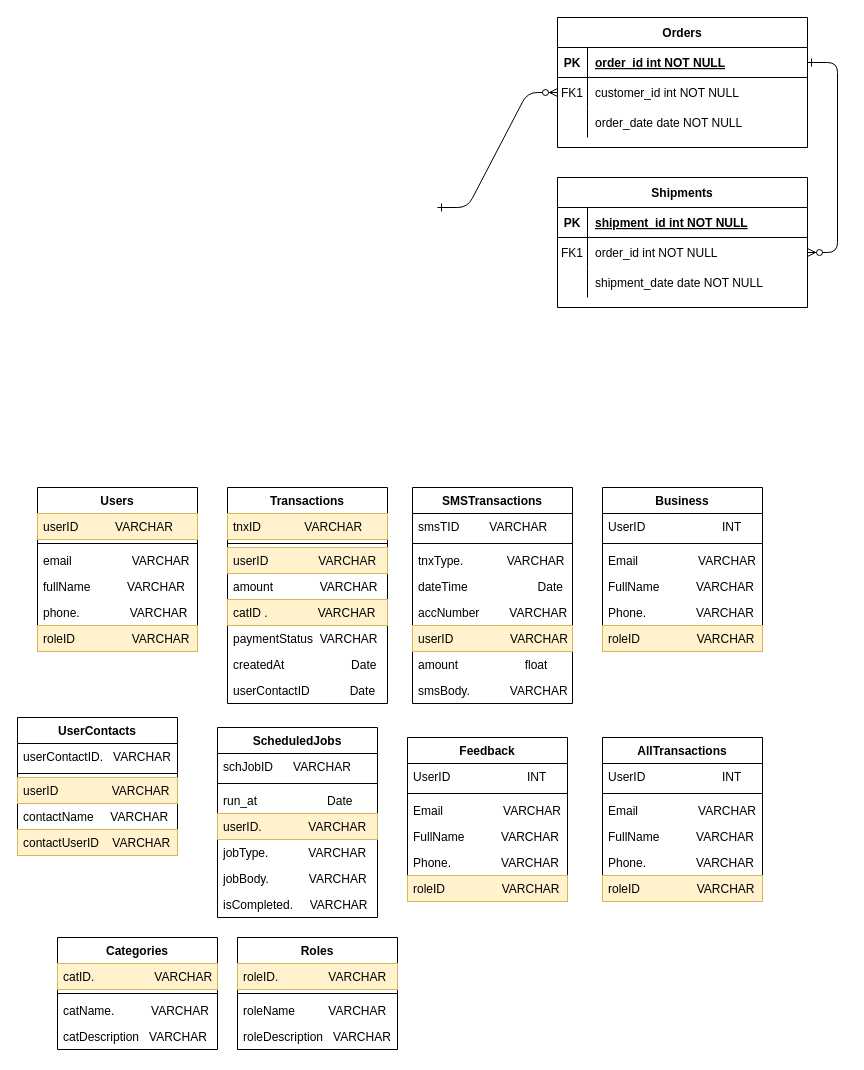
This is ER-DDD-TASK-2.drawio from Abood2284/College_UML_diagram, a draw.io file, before an edit. Source tidied: cells renumbered, new cells numbered last; positions are measured from the earlier drawing's top-left corner, leaving out a move shared by most shapes. Both pictures are drawn from the tidied source at 100%, with x=0, y=0 at pixel (17, 17).
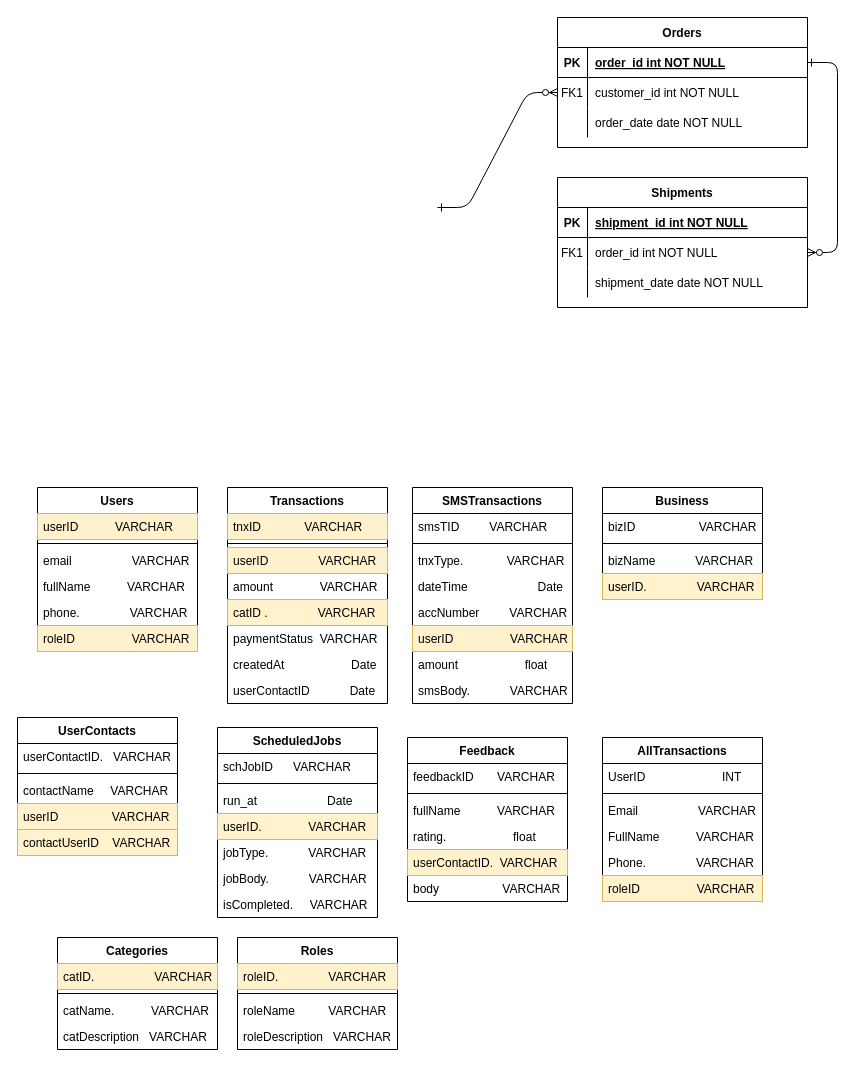
The same page after the edit.

The change refers to these unchanged cells:
```xml
<mxCell id="41" value="Feedback" style="swimlane;fontStyle=1;align=center;verticalAlign=top;horizontal=1;startSize=26;whiteSpace=wrap;html=1;" parent="1" vertex="1">
  <mxGeometry x="390" y="720" width="160" height="164" as="geometry" />
</mxCell>
<mxCell id="48" value="UserContacts" style="swimlane;fontStyle=1;align=center;verticalAlign=top;horizontal=1;startSize=26;whiteSpace=wrap;html=1;" parent="1" vertex="1">
  <mxGeometry y="700" width="160" height="138" as="geometry" />
</mxCell>
```

What changed in the source:
```diff
@@
-    <mxCell id="42" value="UserID &amp;nbsp; &amp;nbsp; &amp;nbsp; &amp;nbsp; &amp;nbsp; &amp;nbsp; &amp;nbsp; &amp;nbsp; &amp;nbsp; &amp;nbsp; &amp;nbsp; INT" style="text;strokeColor=none;fillColor=none;align=left;verticalAlign=top;spacingLeft=4;spacingRight=4;overflow=hidden;whiteSpace=wrap;html=1;" parent="41" vertex="1">
+    <mxCell id="42" value="feedbackID &amp;nbsp; &amp;nbsp; &amp;nbsp; VARCHAR" style="text;strokeColor=none;fillColor=none;align=left;verticalAlign=top;spacingLeft=4;spacingRight=4;overflow=hidden;whiteSpace=wrap;html=1;" parent="41" vertex="1">
       <mxGeometry y="26" width="160" height="26" as="geometry" />
     </mxCell>
@@
-    <mxCell id="44" value="Email &amp;nbsp; &amp;nbsp; &amp;nbsp; &amp;nbsp; &amp;nbsp; &amp;nbsp; &amp;nbsp; &amp;nbsp; &amp;nbsp;VARCHAR" style="text;align=left;verticalAlign=top;spacingLeft=4;spacingRight=4;overflow=hidden;whiteSpace=wrap;html=1;" parent="41" vertex="1">
-      <mxGeometry y="60" width="160" height="26" as="geometry" />
-    </mxCell>
-    <mxCell id="45" value="FullName &amp;nbsp; &amp;nbsp; &amp;nbsp; &amp;nbsp; &amp;nbsp; VARCHAR" style="text;align=left;verticalAlign=top;spacingLeft=4;spacingRight=4;overflow=hidden;whiteSpace=wrap;html=1;" parent="41" vertex="1">
-      <mxGeometry y="86" width="160" height="26" as="geometry" />
+    <mxCell id="45" value="fullName &amp;nbsp; &amp;nbsp; &amp;nbsp; &amp;nbsp; &amp;nbsp; VARCHAR" style="text;align=left;verticalAlign=top;spacingLeft=4;spacingRight=4;overflow=hidden;whiteSpace=wrap;html=1;" parent="41" vertex="1">
+      <mxGeometry y="60" width="160" height="26" as="geometry" />
     </mxCell>
-    <mxCell id="46" value="Phone. &amp;nbsp; &amp;nbsp; &amp;nbsp; &amp;nbsp; &amp;nbsp; &amp;nbsp; &amp;nbsp; VARCHAR" style="text;align=left;verticalAlign=top;spacingLeft=4;spacingRight=4;overflow=hidden;whiteSpace=wrap;html=1;" parent="41" vertex="1">
-      <mxGeometry y="112" width="160" height="26" as="geometry" />
+    <mxCell id="46" value="rating. &amp;nbsp; &amp;nbsp; &amp;nbsp; &amp;nbsp; &amp;nbsp; &amp;nbsp; &amp;nbsp; &amp;nbsp; &amp;nbsp; &amp;nbsp;float" style="text;align=left;verticalAlign=top;spacingLeft=4;spacingRight=4;overflow=hidden;whiteSpace=wrap;html=1;" parent="41" vertex="1">
+      <mxGeometry y="86" width="160" height="26" as="geometry" />
     </mxCell>
-    <mxCell id="47" value="roleID &amp;nbsp; &amp;nbsp; &amp;nbsp; &amp;nbsp; &amp;nbsp; &amp;nbsp; &amp;nbsp; &amp;nbsp; VARCHAR" style="text;align=left;verticalAlign=top;spacingLeft=4;spacingRight=4;overflow=hidden;whiteSpace=wrap;html=1;fillColor=#fff2cc;strokeColor=#d6b656;" parent="41" vertex="1">
-      <mxGeometry y="138" width="160" height="26" as="geometry" />
+    <mxCell id="47" value="&lt;span style=&quot;font-size: 12.000001px;&quot;&gt;userContactID. &amp;nbsp;&lt;/span&gt;VARCHAR" style="text;align=left;verticalAlign=top;spacingLeft=4;spacingRight=4;overflow=hidden;whiteSpace=wrap;html=1;fillColor=#fff2cc;strokeColor=#d6b656;" parent="41" vertex="1">
+      <mxGeometry y="112" width="160" height="26" as="geometry" />
     </mxCell>
+    <mxCell id="94" value="body &amp;nbsp; &amp;nbsp; &amp;nbsp; &amp;nbsp; &amp;nbsp; &amp;nbsp; &amp;nbsp; &amp;nbsp; &amp;nbsp; VARCHAR" style="text;align=left;verticalAlign=top;spacingLeft=4;spacingRight=4;overflow=hidden;whiteSpace=wrap;html=1;" parent="41" vertex="1">
+      <mxGeometry y="138" width="160" height="26" as="geometry" />
+    </mxCell>
@@
+    <mxCell id="52" value="contactName &amp;nbsp; &amp;nbsp; VARCHAR" style="text;align=left;verticalAlign=top;spacingLeft=4;spacingRight=4;overflow=hidden;whiteSpace=wrap;html=1;" parent="48" vertex="1">
+      <mxGeometry y="60" width="160" height="26" as="geometry" />
+    </mxCell>
     <mxCell id="51" value="userID &amp;nbsp; &amp;nbsp; &amp;nbsp; &amp;nbsp; &amp;nbsp; &amp;nbsp; &amp;nbsp; &amp;nbsp;VARCHAR" style="text;align=left;verticalAlign=top;spacingLeft=4;spacingRight=4;overflow=hidden;whiteSpace=wrap;html=1;fillColor=#fff2cc;strokeColor=#d6b656;" parent="48" vertex="1">
-      <mxGeometry y="60" width="160" height="26" as="geometry" />
+      <mxGeometry y="86" width="160" height="26" as="geometry" />
     </mxCell>
-    <mxCell id="52" value="contactName &amp;nbsp; &amp;nbsp; VARCHAR" style="text;align=left;verticalAlign=top;spacingLeft=4;spacingRight=4;overflow=hidden;whiteSpace=wrap;html=1;" parent="48" vertex="1">
-      <mxGeometry y="86" width="160" height="26" as="geometry" />
-    </mxCell>
@@
     <mxCell id="70" value="Business" style="swimlane;fontStyle=1;align=center;verticalAlign=top;horizontal=1;startSize=26;whiteSpace=wrap;html=1;" parent="1" vertex="1">
-      <mxGeometry x="585" y="470" width="160" height="164" as="geometry" />
+      <mxGeometry x="585" y="470" width="160" height="112" as="geometry" />
     </mxCell>
-    <mxCell id="71" value="UserID &amp;nbsp; &amp;nbsp; &amp;nbsp; &amp;nbsp; &amp;nbsp; &amp;nbsp; &amp;nbsp; &amp;nbsp; &amp;nbsp; &amp;nbsp; &amp;nbsp; INT" style="text;strokeColor=none;fillColor=none;align=left;verticalAlign=top;spacingLeft=4;spacingRight=4;overflow=hidden;whiteSpace=wrap;html=1;" parent="70" vertex="1">
+    <mxCell id="71" value="bizID &amp;nbsp; &amp;nbsp; &amp;nbsp; &amp;nbsp; &amp;nbsp; &amp;nbsp; &amp;nbsp; &amp;nbsp; &amp;nbsp; VARCHAR" style="text;strokeColor=none;fillColor=none;align=left;verticalAlign=top;spacingLeft=4;spacingRight=4;overflow=hidden;whiteSpace=wrap;html=1;" parent="70" vertex="1">
       <mxGeometry y="26" width="160" height="26" as="geometry" />
     </mxCell>
@@
-    <mxCell id="73" value="Email &amp;nbsp; &amp;nbsp; &amp;nbsp; &amp;nbsp; &amp;nbsp; &amp;nbsp; &amp;nbsp; &amp;nbsp; &amp;nbsp;VARCHAR" style="text;align=left;verticalAlign=top;spacingLeft=4;spacingRight=4;overflow=hidden;whiteSpace=wrap;html=1;" parent="70" vertex="1">
+    <mxCell id="73" value="bizName &amp;nbsp; &amp;nbsp; &amp;nbsp; &amp;nbsp; &amp;nbsp; &amp;nbsp;VARCHAR" style="text;align=left;verticalAlign=top;spacingLeft=4;spacingRight=4;overflow=hidden;whiteSpace=wrap;html=1;" parent="70" vertex="1">
       <mxGeometry y="60" width="160" height="26" as="geometry" />
     </mxCell>
-    <mxCell id="74" value="FullName &amp;nbsp; &amp;nbsp; &amp;nbsp; &amp;nbsp; &amp;nbsp; VARCHAR" style="text;align=left;verticalAlign=top;spacingLeft=4;spacingRight=4;overflow=hidden;whiteSpace=wrap;html=1;" parent="70" vertex="1">
+    <mxCell id="74" value="userID. &amp;nbsp; &amp;nbsp; &amp;nbsp; &amp;nbsp; &amp;nbsp; &amp;nbsp; &amp;nbsp; VARCHAR" style="text;align=left;verticalAlign=top;spacingLeft=4;spacingRight=4;overflow=hidden;whiteSpace=wrap;html=1;fillColor=#fff2cc;strokeColor=#d6b656;" parent="70" vertex="1">
       <mxGeometry y="86" width="160" height="26" as="geometry" />
     </mxCell>
-    <mxCell id="75" value="Phone. &amp;nbsp; &amp;nbsp; &amp;nbsp; &amp;nbsp; &amp;nbsp; &amp;nbsp; &amp;nbsp; VARCHAR" style="text;align=left;verticalAlign=top;spacingLeft=4;spacingRight=4;overflow=hidden;whiteSpace=wrap;html=1;" parent="70" vertex="1">
-      <mxGeometry y="112" width="160" height="26" as="geometry" />
-    </mxCell>
-    <mxCell id="76" value="roleID &amp;nbsp; &amp;nbsp; &amp;nbsp; &amp;nbsp; &amp;nbsp; &amp;nbsp; &amp;nbsp; &amp;nbsp; VARCHAR" style="text;align=left;verticalAlign=top;spacingLeft=4;spacingRight=4;overflow=hidden;whiteSpace=wrap;html=1;fillColor=#fff2cc;strokeColor=#d6b656;" parent="70" vertex="1">
-      <mxGeometry y="138" width="160" height="26" as="geometry" />
-    </mxCell>
```
